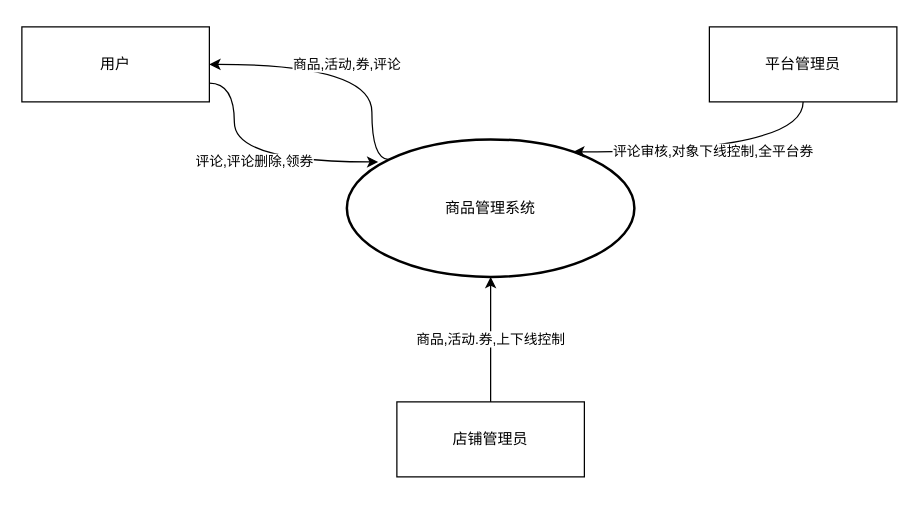
Before: 软工导论小组作业/需求建模之功能模型（商品模块）.drawio in app1echip/grams, a draw.io diagram. Source tidied: cells renumbered, new cells numbered last; positions are measured from the earlier drawing's top-left corner, leaving out a move shared by most shapes. Both pictures are drawn from the tidied source at 125%, with x=0, y=0 at pixel (21, 26).
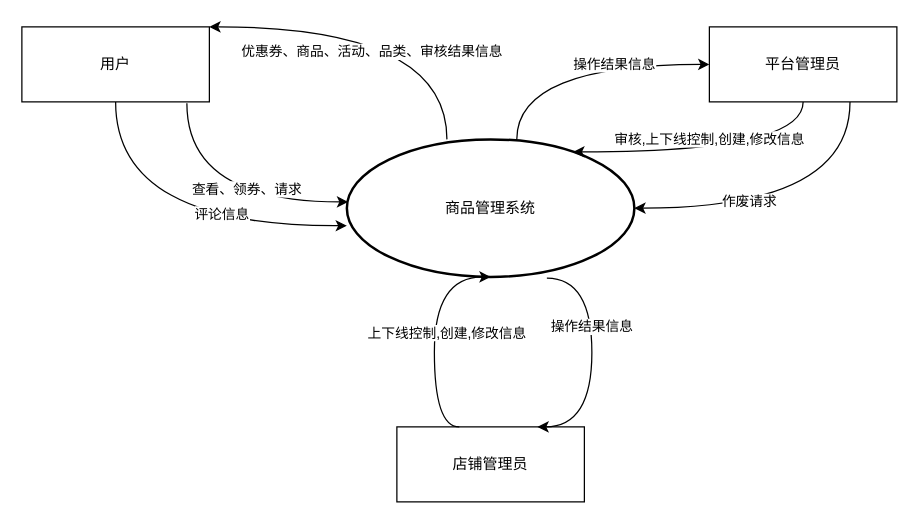
The same diagram, later.

Commit message:
Update 需求建模之功能模型（商品模块）.drawio

Unchanged cells that the change refers to:
```xml
<mxCell id="3" value="商品管理系统" style="ellipse;whiteSpace=wrap;html=1;strokeWidth=2;" parent="1" vertex="1">
  <mxGeometry x="260" y="90" width="230" height="110" as="geometry" />
</mxCell>
<mxCell id="5" value="用户" style="rounded=0;whiteSpace=wrap;html=1;" parent="1" vertex="1">
  <mxGeometry width="150" height="60" as="geometry" />
</mxCell>
<mxCell id="7" value="平台管理员" style="rounded=0;whiteSpace=wrap;html=1;" parent="1" vertex="1">
  <mxGeometry x="550" width="150" height="60" as="geometry" />
</mxCell>
```

What changed in the source:
```diff
@@
-    <mxCell id="2" value="商品,活动,券,评论" style="edgeStyle=orthogonalEdgeStyle;rounded=0;jettySize=auto;html=1;exitX=0;exitY=0;exitDx=0;exitDy=0;entryX=1;entryY=0.5;entryDx=0;entryDy=0;curved=1;" parent="1" edge="1" source="3" target="5">
-      <mxGeometry relative="1" as="geometry">
-        <Array as="points">
-          <mxPoint x="280" y="106" />
-          <mxPoint x="280" y="30" />
-        </Array>
-      </mxGeometry>
-    </mxCell>
@@
-    <mxCell id="4" value="评论,评论删除,领券" style="edgeStyle=orthogonalEdgeStyle;rounded=0;jettySize=auto;html=1;curved=1;entryX=0.109;entryY=0.164;entryDx=0;entryDy=0;entryPerimeter=0;exitX=1;exitY=0.75;exitDx=0;exitDy=0;" parent="1" edge="1" source="5" target="3">
-      <mxGeometry relative="1" as="geometry">
-        <Array as="points">
-          <mxPoint x="170" y="45" />
-          <mxPoint x="170" y="108" />
-        </Array>
-      </mxGeometry>
-    </mxCell>
@@
-    <mxCell id="6" value="评论审核,对象下线控制,全平台券" style="rounded=0;jettySize=auto;html=1;edgeStyle=orthogonalEdgeStyle;curved=1;" parent="1" edge="1" source="7" target="3">
-      <mxGeometry relative="1" as="geometry">
+    <mxCell id="6" value="审核,上下线控制,创建,修改信息" style="rounded=0;jettySize=auto;html=1;edgeStyle=orthogonalEdgeStyle;curved=1;" parent="1" edge="1" source="7" target="3">
+      <mxGeometry x="0.03" y="-10" relative="1" as="geometry">
         <Array as="points">
           <mxPoint x="625" y="100" />
         </Array>
       </mxGeometry>
     </mxCell>
@@
+    <mxCell id="9" value="店铺管理员" style="rounded=0;whiteSpace=wrap;html=1;" parent="1" vertex="1">
+      <mxGeometry x="300" y="320" width="150" height="60" as="geometry" />
+    </mxCell>
+    <mxCell id="10" value="查看、领券、请求" style="edgeStyle=orthogonalEdgeStyle;rounded=0;jettySize=auto;html=1;curved=1;exitX=0.88;exitY=1.017;exitDx=0;exitDy=0;exitPerimeter=0;" parent="1" edge="1" source="5">
+      <mxGeometry x="0.22" y="10" relative="1" as="geometry">
+        <mxPoint x="261" y="140" as="targetPoint" />
+        <Array as="points">
+          <mxPoint x="132" y="140" />
+          <mxPoint x="261" y="140" />
+        </Array>
+      </mxGeometry>
+    </mxCell>
+    <mxCell id="11" value="评论信息" style="edgeStyle=orthogonalEdgeStyle;rounded=0;jettySize=auto;html=1;curved=1;exitX=0.5;exitY=1;exitDx=0;exitDy=0;" parent="1" edge="1" source="5">
+      <mxGeometry x="0.3" y="10" relative="1" as="geometry">
+        <mxPoint x="260" y="159" as="targetPoint" />
+        <Array as="points">
+          <mxPoint x="75" y="160" />
+        </Array>
+      </mxGeometry>
+    </mxCell>
+    <mxCell id="2" value="优惠券、商品、活动、品类、审核结果信息" style="edgeStyle=orthogonalEdgeStyle;rounded=0;jettySize=auto;html=1;exitX=0.348;exitY=0;exitDx=0;exitDy=0;entryX=1;entryY=0;entryDx=0;entryDy=0;curved=1;exitPerimeter=0;" parent="1" edge="1" source="3" target="5">
+      <mxGeometry x="0.07" y="20" relative="1" as="geometry">
+        <Array as="points">
+          <mxPoint x="340" />
+        </Array>
+      </mxGeometry>
+    </mxCell>
+    <mxCell id="12" value="作废请求" style="rounded=0;jettySize=auto;html=1;edgeStyle=orthogonalEdgeStyle;curved=1;exitX=0.75;exitY=1;exitDx=0;exitDy=0;entryX=1;entryY=0.5;entryDx=0;entryDy=0;" parent="1" edge="1" source="7" target="3">
+      <mxGeometry x="0.3" y="-5" relative="1" as="geometry">
+        <Array as="points">
+          <mxPoint x="663" y="145" />
+        </Array>
+        <mxPoint x="1" as="offset" />
+      </mxGeometry>
+    </mxCell>
-    <mxCell id="8" value="商品,活动.券,上下线控制" style="edgeStyle=none;rounded=0;jettySize=auto;html=1;" parent="1" edge="1" source="9" target="3">
-      <mxGeometry relative="1" as="geometry" />
+    <mxCell id="8" value="上下线控制,创建,修改信息" style="rounded=0;jettySize=auto;html=1;entryX=0.5;entryY=1;entryDx=0;entryDy=0;edgeStyle=orthogonalEdgeStyle;curved=1;exitX=0.333;exitY=0;exitDx=0;exitDy=0;exitPerimeter=0;" parent="1" edge="1" source="9" target="3">
+      <mxGeometry x="0.03" y="-10" relative="1" as="geometry">
+        <Array as="points">
+          <mxPoint x="330" y="320" />
+          <mxPoint x="330" y="200" />
+        </Array>
+      </mxGeometry>
     </mxCell>
-    <mxCell id="9" value="店铺管理员" style="rounded=0;whiteSpace=wrap;html=1;" parent="1" vertex="1">
-      <mxGeometry x="300" y="300" width="150" height="60" as="geometry" />
-    </mxCell>
+    <mxCell id="13" value="操作结果信息" style="rounded=0;jettySize=auto;html=1;edgeStyle=orthogonalEdgeStyle;curved=1;exitX=0.591;exitY=0;exitDx=0;exitDy=0;entryX=0;entryY=0.5;entryDx=0;entryDy=0;exitPerimeter=0;" parent="1" edge="1" source="3" target="7">
+      <mxGeometry x="0.29" relative="1" as="geometry">
+        <Array as="points">
+          <mxPoint x="396" y="30" />
+        </Array>
+      </mxGeometry>
+    </mxCell>
+    <mxCell id="14" value="操作结果信息" style="rounded=0;jettySize=auto;html=1;edgeStyle=orthogonalEdgeStyle;curved=1;entryX=0.75;entryY=0;entryDx=0;entryDy=0;" parent="1" edge="1" target="9">
+      <mxGeometry x="-0.24" relative="1" as="geometry">
+        <mxPoint x="420" y="201" as="sourcePoint" />
+        <Array as="points">
+          <mxPoint x="456" y="201" />
+          <mxPoint x="456" y="320" />
+        </Array>
+      </mxGeometry>
+    </mxCell>
```
